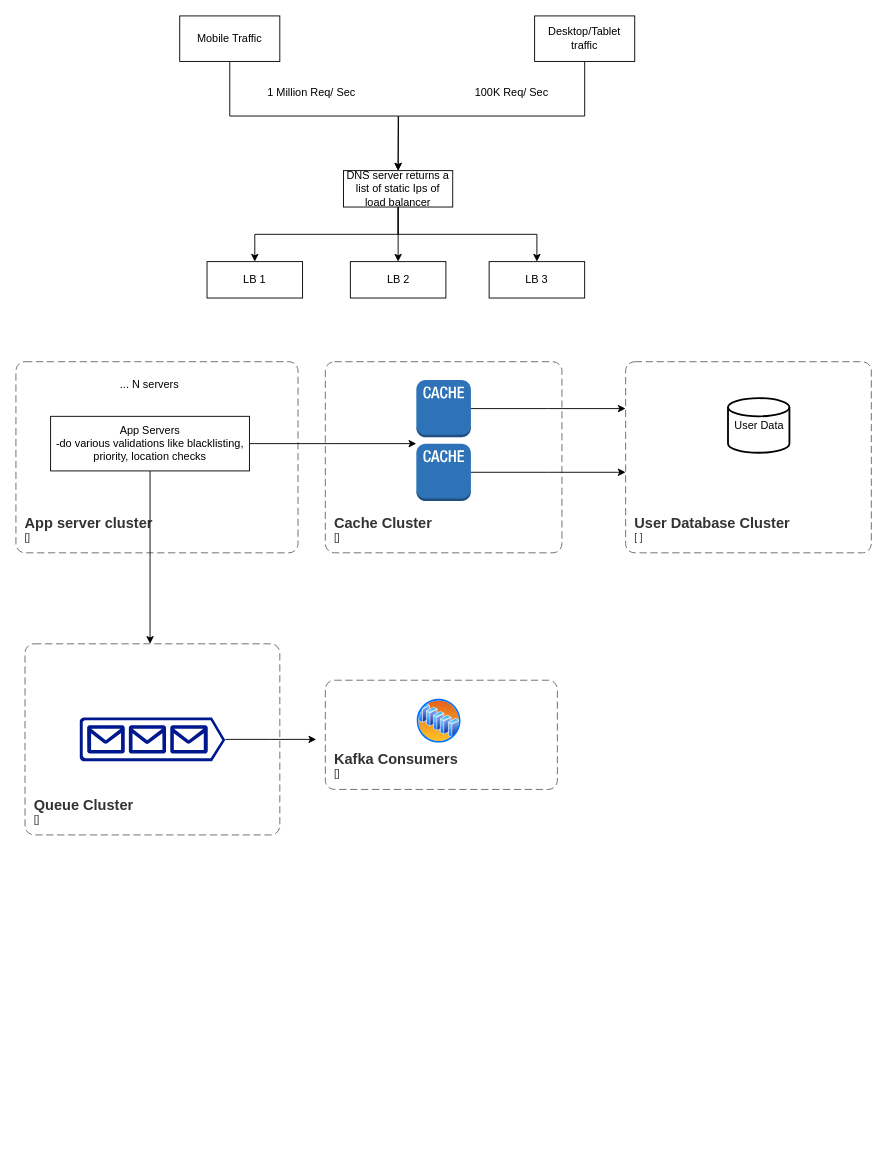
Before: Uber.drawio in ShivamGupta42/SystemDesign, a draw.io diagram. Source tidied: cells renumbered, new cells numbered last; positions are measured from the earlier drawing's top-left corner, leaving out a move shared by most shapes. Both pictures are drawn from the tidied source at 91%, with x=0, y=0 at pixel (15, 15).
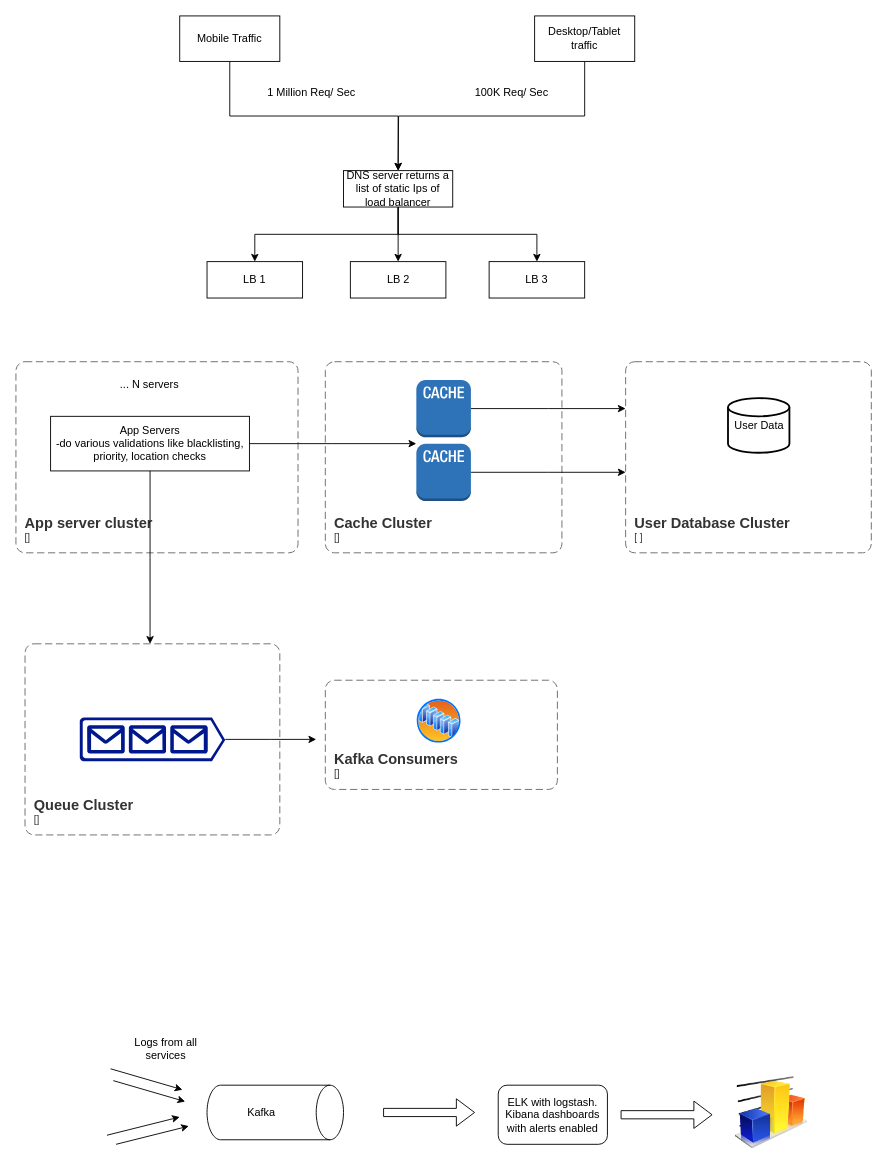
Above is the later version.

Commit message:
updating uber design

Diff of the diagram source:
```diff
@@
+    <mxCell id="35" style="shape=cylinder3;whiteSpace=wrap;html=1;boundedLbl=1;backgroundOutline=1;size=15;rotation=90;" parent="1" vertex="1">
+      <mxGeometry x="255" y="1130" width="60" height="150" as="geometry" />
+    </mxCell>
+    <mxCell id="36" value="Kafka" style="text;html=1;strokeColor=none;fillColor=none;align=center;verticalAlign=middle;whiteSpace=wrap;rounded=0;" parent="1" vertex="1">
+      <mxGeometry x="240" y="1190" width="60" height="30" as="geometry" />
+    </mxCell>
+    <mxCell id="37" style="group;" parent="1" vertex="1">
+      <mxGeometry x="100" y="1210" width="90" height="30" as="geometry" />
+    </mxCell>
+    <mxCell id="38" style="endArrow=classic;html=1;rounded=0;" parent="37" edge="1">
+      <mxGeometry relative="1" as="geometry">
+        <mxPoint y="20" as="sourcePoint" />
+        <mxPoint x="80" as="targetPoint" />
+      </mxGeometry>
+    </mxCell>
+    <mxCell id="39" style="endArrow=classic;html=1;rounded=0;" parent="37" edge="1">
+      <mxGeometry relative="1" as="geometry">
+        <mxPoint x="10" y="30" as="sourcePoint" />
+        <mxPoint x="90" y="10" as="targetPoint" />
+      </mxGeometry>
+    </mxCell>
+    <mxCell id="40" style="group;rotation=30;" parent="1" vertex="1">
+      <mxGeometry x="100" y="1160" width="90" height="30" as="geometry" />
+    </mxCell>
+    <mxCell id="41" style="endArrow=classic;html=1;rounded=0;" parent="40" edge="1">
+      <mxGeometry relative="1" as="geometry">
+        <mxPoint x="4" y="-3" as="sourcePoint" />
+        <mxPoint x="83" y="20" as="targetPoint" />
+      </mxGeometry>
+    </mxCell>
+    <mxCell id="42" style="endArrow=classic;html=1;rounded=0;" parent="40" edge="1">
+      <mxGeometry relative="1" as="geometry">
+        <mxPoint x="7" y="10" as="sourcePoint" />
+        <mxPoint x="86" y="33" as="targetPoint" />
+      </mxGeometry>
+    </mxCell>
+    <mxCell id="43" value="Logs from all services" style="text;html=1;strokeColor=none;fillColor=none;align=center;verticalAlign=middle;whiteSpace=wrap;rounded=0;" parent="1" vertex="1">
+      <mxGeometry x="120" y="1120" width="90" height="30" as="geometry" />
+    </mxCell>
+    <mxCell id="44" style="shape=singleArrow;whiteSpace=wrap;html=1;" parent="1" vertex="1">
+      <mxGeometry x="404" y="1190" width="100" height="30" as="geometry" />
+    </mxCell>
+    <mxCell id="45" value="ELK with logstash. Kibana dashboards with alerts enabled" style="rounded=1;whiteSpace=wrap;html=1;" parent="1" vertex="1">
+      <mxGeometry x="530" y="1175" width="120" height="65" as="geometry" />
+    </mxCell>
+    <mxCell id="46" style="image;html=1;image=img/lib/clip_art/finance/Graph_128x128.png;" parent="1" vertex="1">
+      <mxGeometry x="790" y="1165" width="80" height="80" as="geometry" />
+    </mxCell>
+    <mxCell id="47" style="shape=singleArrow;whiteSpace=wrap;html=1;" parent="1" vertex="1">
+      <mxGeometry x="665" y="1192.5" width="100" height="30" as="geometry" />
+    </mxCell>
```
